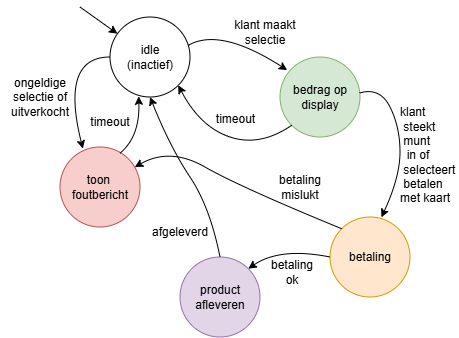
Before: images/fsm_automaat.png, a diagram exported from draw.io (guybuys/SoftwareEngineeringWiki). Source tidied: cells renumbered, new cells last; positions are measured from the earlier drawing's top-left corner, leaving out a move shared by most shapes.
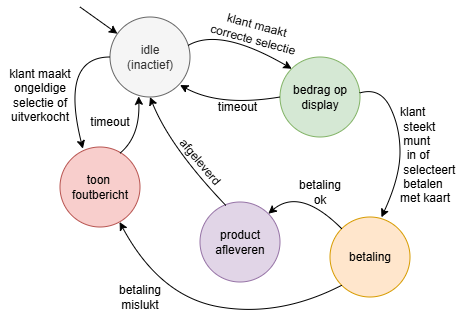
After the commit.

Commit message:
FSM wat aangepast met nieuwe tekening en meer uitleg bij de MBOT2 code.

Diff of the diagram source:
```diff
@@ -2,7 +2,7 @@
   <root>
     <mxCell id="0" />
     <mxCell id="1" parent="0" />
-    <mxCell id="2" value="idle&lt;div&gt;(inactief)&lt;/div&gt;" style="ellipse;whiteSpace=wrap;html=1;" parent="1" vertex="1">
+    <mxCell id="2" value="idle&lt;div&gt;(inactief)&lt;/div&gt;" style="ellipse;whiteSpace=wrap;html=1;fillColor=#f5f5f5;fontColor=#333333;strokeColor=#666666;" parent="1" vertex="1">
       <mxGeometry x="110" y="10" width="80" height="80" as="geometry" />
     </mxCell>
     <mxCell id="3" value="bedrag op&lt;br&gt;display" style="ellipse;whiteSpace=wrap;html=1;fillColor=#d5e8d4;strokeColor=#82b366;" parent="1" vertex="1">
@@ -15,22 +15,22 @@
       <mxGeometry x="60" y="140" width="80" height="80" as="geometry" />
     </mxCell>
     <mxCell id="6" value="product&lt;div&gt;afleveren&lt;/div&gt;" style="ellipse;whiteSpace=wrap;html=1;fillColor=#e1d5e7;strokeColor=#9673a6;" parent="1" vertex="1">
-      <mxGeometry x="180" y="250" width="80" height="80" as="geometry" />
+      <mxGeometry x="200" y="195" width="80" height="80" as="geometry" />
     </mxCell>
     <mxCell id="7" style="endArrow=classic;html=1;rounded=0;" parent="1" edge="1" target="2">
       <mxGeometry relative="1" as="geometry">
         <mxPoint x="80" as="sourcePoint" />
       </mxGeometry>
     </mxCell>
-    <mxCell id="8" style="curved=1;endArrow=classic;html=1;rounded=0;entryX=0.09;entryY=0.164;entryDx=0;entryDy=0;entryPerimeter=0;exitX=0.977;exitY=0.355;exitDx=0;exitDy=0;exitPerimeter=0;" parent="1" edge="1" source="2" target="3">
+    <mxCell id="8" style="curved=1;endArrow=classic;html=1;rounded=0;entryX=0;entryY=0;entryDx=0;entryDy=0;exitX=0.977;exitY=0.355;exitDx=0;exitDy=0;exitPerimeter=0;" parent="1" edge="1" source="2" target="3">
       <mxGeometry relative="1" as="geometry">
         <Array as="points">
           <mxPoint x="220" y="20" />
         </Array>
       </mxGeometry>
     </mxCell>
-    <mxCell id="9" value="klant maakt selectie" style="text;html=1;whiteSpace=wrap;strokeColor=none;fillColor=none;align=center;verticalAlign=middle;rounded=0;" parent="1" vertex="1">
-      <mxGeometry x="220" y="10" width="90" height="30" as="geometry" />
+    <mxCell id="9" value="klant maakt correcte selectie" style="text;html=1;whiteSpace=wrap;strokeColor=none;fillColor=none;align=center;verticalAlign=middle;rounded=0;rotation=15;" parent="1" vertex="1">
+      <mxGeometry x="210" y="10" width="90" height="30" as="geometry" />
     </mxCell>
     <mxCell id="10" style="curved=1;endArrow=classic;html=1;rounded=0;exitX=0.995;exitY=0.45;exitDx=0;exitDy=0;exitPerimeter=0;entryX=0.643;entryY=0.004;entryDx=0;entryDy=0;entryPerimeter=0;" parent="1" edge="1" source="3" target="4">
       <mxGeometry relative="1" as="geometry">
@@ -48,33 +48,33 @@
         </Array>
       </mxGeometry>
     </mxCell>
-    <mxCell id="12" value="ongeldige selectie of uitverkocht" style="text;html=1;whiteSpace=wrap;strokeColor=none;fillColor=none;align=center;verticalAlign=middle;rounded=0;" parent="1" vertex="1">
-      <mxGeometry y="65" width="80" height="50" as="geometry" />
+    <mxCell id="12" value="klant maakt ongeldige selectie of uitverkocht" style="text;html=1;whiteSpace=wrap;strokeColor=none;fillColor=none;align=center;verticalAlign=middle;rounded=0;" parent="1" vertex="1">
+      <mxGeometry y="50" width="80" height="75" as="geometry" />
     </mxCell>
-    <mxCell id="13" style="curved=1;endArrow=classic;html=1;rounded=0;entryX=1;entryY=1;entryDx=0;entryDy=0;exitX=0;exitY=1;exitDx=0;exitDy=0;" parent="1" edge="1" source="3" target="2">
+    <mxCell id="13" style="curved=1;endArrow=classic;html=1;rounded=0;exitX=0;exitY=0.5;exitDx=0;exitDy=0;" parent="1" edge="1" source="3">
       <mxGeometry relative="1" as="geometry">
+        <mxPoint x="180" y="78" as="targetPoint" />
         <Array as="points">
-          <mxPoint x="260" y="140" />
-          <mxPoint x="200" y="120" />
+          <mxPoint x="220" y="100" />
         </Array>
       </mxGeometry>
     </mxCell>
     <mxCell id="14" value="timeout" style="text;html=1;whiteSpace=wrap;strokeColor=none;fillColor=none;align=center;verticalAlign=middle;rounded=0;" parent="1" vertex="1">
-      <mxGeometry x="197.5" y="97" width="75" height="30" as="geometry" />
+      <mxGeometry x="200" y="85" width="75" height="30" as="geometry" />
     </mxCell>
     <mxCell id="15" value="klant&lt;div&gt;&amp;nbsp;steekt&lt;/div&gt;&lt;div&gt;&amp;nbsp;munt&amp;nbsp;&lt;/div&gt;&lt;div&gt;&amp;nbsp; in of&amp;nbsp; &amp;nbsp; &amp;nbsp;selecteert&amp;nbsp;&lt;/div&gt;&lt;div&gt;&amp;nbsp;betalen&lt;/div&gt;&lt;div&gt;met kaart&lt;/div&gt;" style="text;html=1;whiteSpace=wrap;strokeColor=none;fillColor=none;align=left;verticalAlign=middle;rounded=0;" parent="1" vertex="1">
       <mxGeometry x="398" y="81" width="50" height="133" as="geometry" />
     </mxCell>
-    <mxCell id="16" style="curved=1;endArrow=classic;html=1;rounded=0;exitX=0;exitY=0;exitDx=0;exitDy=0;" parent="1" edge="1" source="4" target="5">
+    <mxCell id="16" style="curved=1;endArrow=classic;html=1;rounded=0;exitX=0;exitY=1;exitDx=0;exitDy=0;entryX=0.745;entryY=0.938;entryDx=0;entryDy=0;entryPerimeter=0;" parent="1" edge="1" source="4" target="5">
       <mxGeometry relative="1" as="geometry">
         <Array as="points">
-          <mxPoint x="240" y="180" />
-          <mxPoint x="170" y="140" />
+          <mxPoint x="280" y="310" />
+          <mxPoint x="160" y="290" />
         </Array>
       </mxGeometry>
     </mxCell>
     <mxCell id="17" value="betaling mislukt" style="text;html=1;whiteSpace=wrap;strokeColor=none;fillColor=none;align=center;verticalAlign=middle;rounded=0;" parent="1" vertex="1">
-      <mxGeometry x="270" y="165" width="60" height="30" as="geometry" />
+      <mxGeometry x="110" y="275" width="60" height="30" as="geometry" />
     </mxCell>
     <mxCell id="18" style="curved=1;endArrow=classic;html=1;rounded=0;exitX=0.745;exitY=0.081;exitDx=0;exitDy=0;exitPerimeter=0;entryX=0.358;entryY=0.992;entryDx=0;entryDy=0;entryPerimeter=0;" parent="1" edge="1" source="5" target="2">
       <mxGeometry relative="1" as="geometry">
@@ -86,26 +86,25 @@
     <mxCell id="19" value="timeout" style="text;html=1;whiteSpace=wrap;strokeColor=none;fillColor=none;align=center;verticalAlign=middle;rounded=0;" parent="1" vertex="1">
       <mxGeometry x="80" y="100" width="60" height="30" as="geometry" />
     </mxCell>
-    <mxCell id="20" style="curved=1;endArrow=classic;html=1;rounded=0;exitX=0;exitY=0.5;exitDx=0;exitDy=0;entryX=1;entryY=0;entryDx=0;entryDy=0;" parent="1" edge="1" source="4" target="6">
+    <mxCell id="20" style="curved=1;endArrow=classic;html=1;rounded=0;exitX=0;exitY=0;exitDx=0;exitDy=0;entryX=1;entryY=0;entryDx=0;entryDy=0;" parent="1" edge="1" source="4" target="6">
       <mxGeometry relative="1" as="geometry">
         <Array as="points">
-          <mxPoint x="280" y="240" />
+          <mxPoint x="300" y="180" />
         </Array>
       </mxGeometry>
     </mxCell>
     <mxCell id="21" value="betaling ok" style="text;html=1;whiteSpace=wrap;strokeColor=none;fillColor=none;align=center;verticalAlign=middle;rounded=0;" parent="1" vertex="1">
-      <mxGeometry x="262" y="250" width="60" height="30" as="geometry" />
+      <mxGeometry x="290" y="170" width="60" height="30" as="geometry" />
     </mxCell>
-    <mxCell id="22" style="curved=1;endArrow=classic;html=1;rounded=0;exitX=0.5;exitY=0;exitDx=0;exitDy=0;entryX=0.5;entryY=1;entryDx=0;entryDy=0;" parent="1" edge="1" source="6" target="2">
+    <mxCell id="22" style="curved=1;endArrow=classic;html=1;rounded=0;exitX=0.322;exitY=0.042;exitDx=0;exitDy=0;entryX=0.5;entryY=1;entryDx=0;entryDy=0;exitPerimeter=0;" parent="1" edge="1" source="6" target="2">
       <mxGeometry relative="1" as="geometry">
         <Array as="points">
-          <mxPoint x="210" y="200" />
           <mxPoint x="170" y="140" />
         </Array>
       </mxGeometry>
     </mxCell>
-    <mxCell id="23" value="afgeleverd" style="text;html=1;whiteSpace=wrap;strokeColor=none;fillColor=none;align=center;verticalAlign=middle;rounded=0;" parent="1" vertex="1">
-      <mxGeometry x="150" y="210" width="60" height="30" as="geometry" />
+    <mxCell id="23" value="afgeleverd" style="text;html=1;whiteSpace=wrap;strokeColor=none;fillColor=none;align=center;verticalAlign=middle;rounded=0;rotation=50;" parent="1" vertex="1">
+      <mxGeometry x="170" y="140" width="60" height="30" as="geometry" />
     </mxCell>
   </root>
 </mxGraphModel>
```
